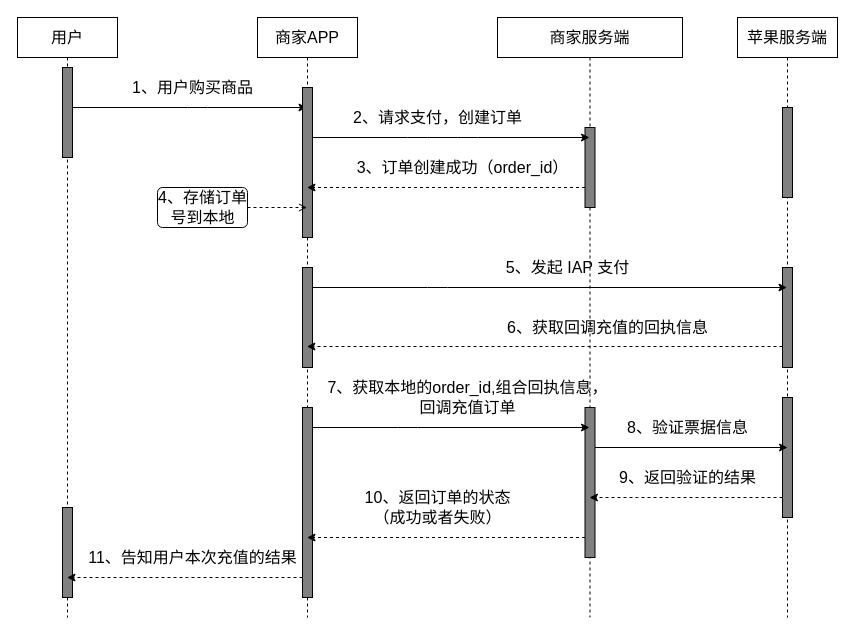
Earlier version of the draw.io diagram page "apple-iap-order-before" (1 of 3) of business/business.drawio (boilingfrog/Go-POINT). Source tidied: cells renumbered, new cells numbered last; positions are measured from the earlier drawing's top-left corner, leaving out a move shared by most shapes. Both pictures are drawn from the tidied source at 100%, with x=0, y=0 at pixel (17, 17).
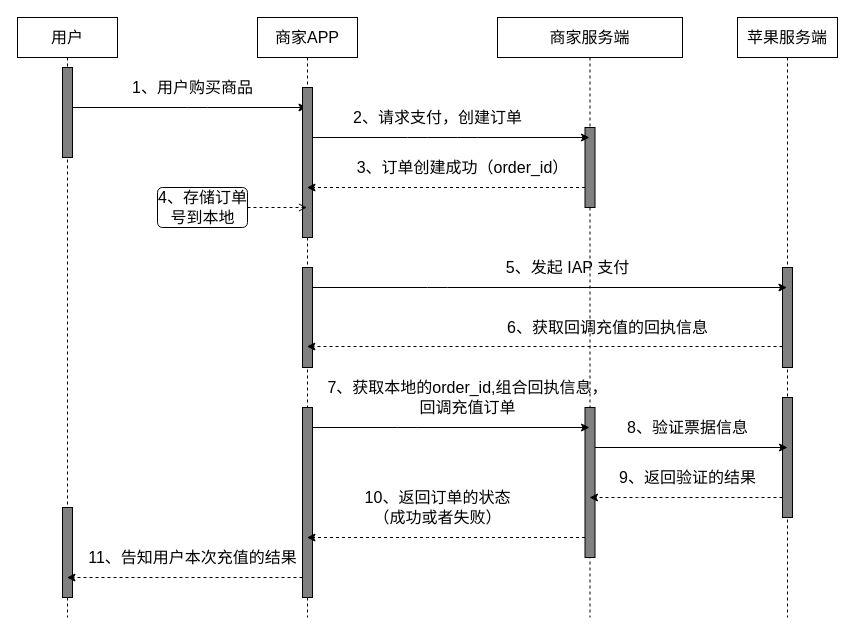
The same diagram, later.

The change refers to these unchanged cells:
```xml
<mxCell id="15" value="&lt;font style=&quot;font-size: 16px&quot;&gt;苹果服务端&lt;/font&gt;" style="shape=umlLifeline;perimeter=lifelinePerimeter;whiteSpace=wrap;html=1;outlineConnect=0;" parent="1" vertex="1">
  <mxGeometry x="720" width="100" height="600" as="geometry" />
</mxCell>
```

Change to the diagram source:
```diff
@@
-    <mxCell id="16" style="html=1;perimeter=orthogonalPerimeter;fillColor=#808080;" parent="15" vertex="1">
-      <mxGeometry x="45" y="90" width="10" height="90" as="geometry" />
-    </mxCell>
```
